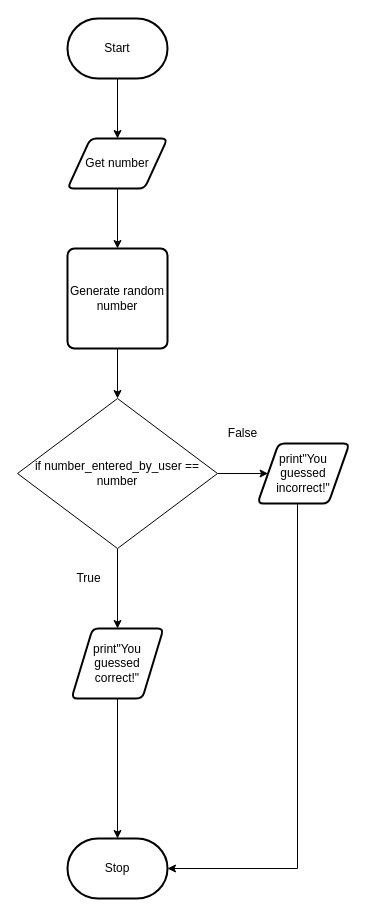
michael-clermont1/ICS3U-Unit6-05-Python keeps this draw.io diagram as flowchart.drawio. Above is the earlier version. Source tidied: cells renumbered, new cells numbered last; positions are measured from the earlier drawing's top-left corner, leaving out a move shared by most shapes. Both pictures are drawn from the tidied source at 100%, with x=0, y=0 at pixel (17, 18).
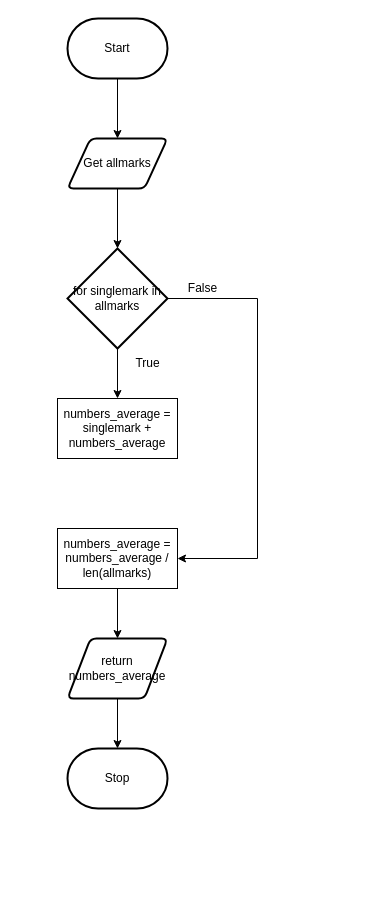
Above is the later version.

Change to the diagram source:
```diff
@@
 <mxGraphModel>
   <root>
     <mxCell id="0" />
     <mxCell id="1" parent="0" />
-    <mxCell id="2" style="edgeStyle=orthogonalEdgeStyle;rounded=0;html=1;exitX=0.5;exitY=1;exitDx=0;exitDy=0;entryX=0.5;entryY=0;entryDx=0;entryDy=0;" parent="1" edge="1" source="3" target="17">
-      <mxGeometry relative="1" as="geometry" />
-    </mxCell>
+    <mxCell id="18" style="edgeStyle=orthogonalEdgeStyle;rounded=0;html=1;entryX=0.5;entryY=0;entryDx=0;entryDy=0;entryPerimeter=0;" parent="1" edge="1" source="3" target="21">
+      <mxGeometry relative="1" as="geometry" />
+    </mxCell>
-    <mxCell id="3" value="Get number" style="shape=parallelogram;html=1;strokeWidth=2;perimeter=parallelogramPerimeter;whiteSpace=wrap;rounded=1;arcSize=12;size=0.23;" parent="1" vertex="1">
+    <mxCell id="3" value="Get allmarks" style="shape=parallelogram;html=1;strokeWidth=2;perimeter=parallelogramPerimeter;whiteSpace=wrap;rounded=1;arcSize=12;size=0.23;" parent="1" vertex="1">
       <mxGeometry x="50" y="120" width="100" height="50" as="geometry" />
     </mxCell>
     <mxCell id="4" style="edgeStyle=orthogonalEdgeStyle;rounded=0;html=1;entryX=0.5;entryY=0;entryDx=0;entryDy=0;" parent="1" edge="1" source="5" target="3">
       <mxGeometry relative="1" as="geometry" />
     </mxCell>
     <mxCell id="5" value="Start" style="strokeWidth=2;html=1;shape=mxgraph.flowchart.terminator;whiteSpace=wrap;" parent="1" vertex="1">
       <mxGeometry x="50" width="100" height="60" as="geometry" />
     </mxCell>
     <mxCell id="6" value="Stop" style="strokeWidth=2;html=1;shape=mxgraph.flowchart.terminator;whiteSpace=wrap;" parent="1" vertex="1">
-      <mxGeometry x="50" y="820" width="100" height="60" as="geometry" />
+      <mxGeometry x="50" y="730" width="100" height="60" as="geometry" />
     </mxCell>
-    <mxCell id="7" style="edgeStyle=orthogonalEdgeStyle;rounded=0;html=1;entryX=0.5;entryY=0;entryDx=0;entryDy=0;entryPerimeter=0;" parent="1" edge="1" source="8" target="6">
-      <mxGeometry relative="1" as="geometry" />
-    </mxCell>
-    <mxCell id="8" value="print&quot;You guessed correct!&quot;" style="shape=parallelogram;html=1;strokeWidth=2;perimeter=parallelogramPerimeter;whiteSpace=wrap;rounded=1;arcSize=12;size=0.23;" parent="1" vertex="1">
-      <mxGeometry x="54" y="610" width="92" height="70" as="geometry" />
-    </mxCell>
-    <mxCell id="9" style="edgeStyle=orthogonalEdgeStyle;rounded=0;html=1;entryX=1;entryY=0.5;entryDx=0;entryDy=0;entryPerimeter=0;" parent="1" edge="1" source="10" target="6">
-      <mxGeometry relative="1" as="geometry">
-        <Array as="points">
-          <mxPoint x="280" y="850" />
-        </Array>
-      </mxGeometry>
-    </mxCell>
-    <mxCell id="10" value="print&quot;You guessed incorrect!&quot;" style="shape=parallelogram;html=1;strokeWidth=2;perimeter=parallelogramPerimeter;whiteSpace=wrap;rounded=1;arcSize=12;size=0.23;" parent="1" vertex="1">
-      <mxGeometry x="240" y="425" width="92" height="60" as="geometry" />
-    </mxCell>
-    <mxCell id="11" style="edgeStyle=none;html=1;entryX=0.5;entryY=0;entryDx=0;entryDy=0;" parent="1" edge="1" source="13" target="8">
-      <mxGeometry relative="1" as="geometry" />
-    </mxCell>
-    <mxCell id="12" style="edgeStyle=orthogonalEdgeStyle;html=1;entryX=0;entryY=0.5;entryDx=0;entryDy=0;" parent="1" edge="1" source="13" target="10">
-      <mxGeometry relative="1" as="geometry" />
-    </mxCell>
-    <mxCell id="13" value="&lt;span&gt;if number_entered_by_user == number&lt;/span&gt;" style="rhombus;whiteSpace=wrap;html=1;" parent="1" vertex="1">
-      <mxGeometry y="380" width="200" height="150" as="geometry" />
-    </mxCell>
+    <mxCell id="15" value="True" style="text;html=1;align=center;verticalAlign=middle;fillColor=none;strokeColor=none;rounded=0;" parent="1" vertex="1">
+      <mxGeometry x="110" y="335" width="40" height="20" as="geometry" />
+    </mxCell>
     <mxCell id="14" value="False" style="text;html=1;align=center;verticalAlign=middle;fillColor=none;strokeColor=none;rounded=0;" parent="1" vertex="1">
-      <mxGeometry x="200" y="405" width="50" height="20" as="geometry" />
+      <mxGeometry x="160" y="260" width="50" height="20" as="geometry" />
     </mxCell>
-    <mxCell id="15" value="True" style="text;html=1;align=center;verticalAlign=middle;fillColor=none;strokeColor=none;rounded=0;" parent="1" vertex="1">
-      <mxGeometry x="51" y="550" width="40" height="20" as="geometry" />
-    </mxCell>
-    <mxCell id="16" style="edgeStyle=orthogonalEdgeStyle;rounded=0;html=1;entryX=0.5;entryY=0;entryDx=0;entryDy=0;" parent="1" edge="1" source="17" target="13">
-      <mxGeometry relative="1" as="geometry" />
-    </mxCell>
-    <mxCell id="17" value="Generate random number" style="rounded=1;whiteSpace=wrap;html=1;absoluteArcSize=1;arcSize=14;strokeWidth=2;" parent="1" vertex="1">
-      <mxGeometry x="50" y="230" width="100" height="100" as="geometry" />
-    </mxCell>
+    <mxCell id="19" style="edgeStyle=none;html=1;entryX=0.5;entryY=0;entryDx=0;entryDy=0;" parent="1" edge="1" source="21" target="22">
+      <mxGeometry relative="1" as="geometry" />
+    </mxCell>
+    <mxCell id="20" style="edgeStyle=orthogonalEdgeStyle;rounded=0;html=1;entryX=1;entryY=0.5;entryDx=0;entryDy=0;" parent="1" edge="1" source="21" target="24">
+      <mxGeometry relative="1" as="geometry">
+        <Array as="points">
+          <mxPoint x="240" y="280" />
+          <mxPoint x="240" y="540" />
+        </Array>
+      </mxGeometry>
+    </mxCell>
+    <mxCell id="21" value="for singlemark in allmarks" style="strokeWidth=2;html=1;shape=mxgraph.flowchart.decision;whiteSpace=wrap;" parent="1" vertex="1">
+      <mxGeometry x="50" y="230" width="100" height="100" as="geometry" />
+    </mxCell>
+    <mxCell id="22" value="numbers_average = singlemark + numbers_average" style="rounded=0;whiteSpace=wrap;html=1;" parent="1" vertex="1">
+      <mxGeometry x="40" y="380" width="120" height="60" as="geometry" />
+    </mxCell>
+    <mxCell id="23" style="edgeStyle=orthogonalEdgeStyle;rounded=0;html=1;entryX=0.5;entryY=0;entryDx=0;entryDy=0;" parent="1" edge="1" source="24" target="26">
+      <mxGeometry relative="1" as="geometry" />
+    </mxCell>
+    <mxCell id="24" value="numbers_average = numbers_average / len(allmarks)" style="rounded=0;whiteSpace=wrap;html=1;" parent="1" vertex="1">
+      <mxGeometry x="40" y="510" width="120" height="60" as="geometry" />
+    </mxCell>
+    <mxCell id="25" style="edgeStyle=orthogonalEdgeStyle;rounded=0;html=1;entryX=0.5;entryY=0;entryDx=0;entryDy=0;entryPerimeter=0;" parent="1" edge="1" source="26" target="6">
+      <mxGeometry relative="1" as="geometry" />
+    </mxCell>
+    <mxCell id="26" value="return numbers_average" style="shape=parallelogram;html=1;strokeWidth=2;perimeter=parallelogramPerimeter;whiteSpace=wrap;rounded=1;arcSize=12;size=0.23;" parent="1" vertex="1">
+      <mxGeometry x="50" y="620" width="100" height="60" as="geometry" />
+    </mxCell>
   </root>
 </mxGraphModel>
```
